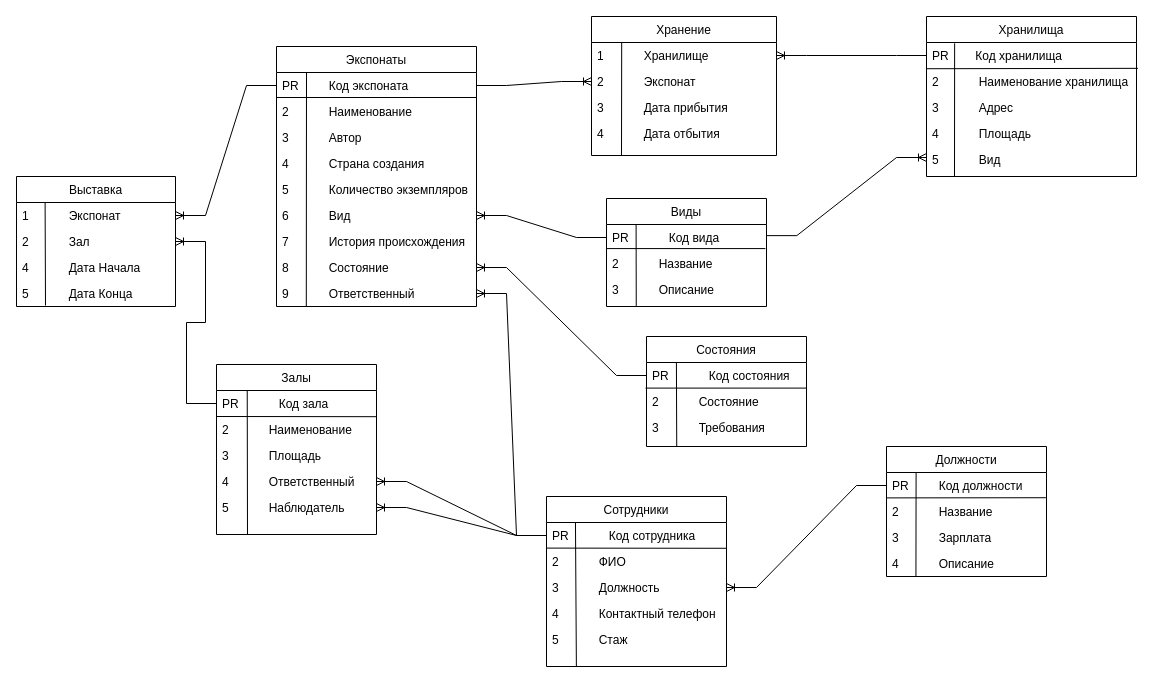
The draw.io diagram Диаграмма без названия.drawio in ghgghgghgghgghg/tetris, before the edit. Source tidied: cells renumbered, new cells numbered last; positions are measured from the earlier drawing's top-left corner, leaving out a move shared by most shapes. Both pictures are drawn from the tidied source at 100%, with x=0, y=0 at pixel (16, 16).
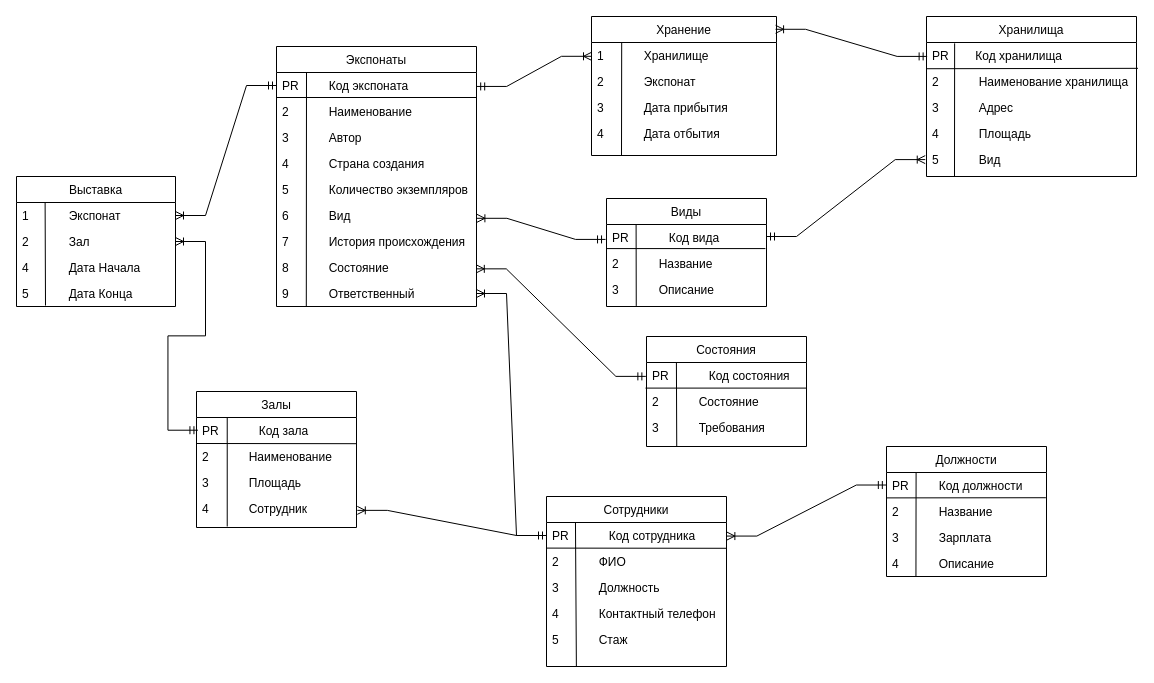
After the change.

Unchanged cells that the change refers to:
```xml
<mxCell id="3" value="PR            Код вида" style="text;align=left;verticalAlign=top;spacingLeft=4;spacingRight=4;overflow=hidden;points=[[0,0.5],[1,0.5]];portConstraint=eastwest;" parent="2" vertex="1">
  <mxGeometry y="26" width="160" height="26" as="geometry" />
</mxCell>
<mxCell id="9" value="PR         Код экспоната" style="text;align=left;verticalAlign=top;spacingLeft=4;spacingRight=4;overflow=hidden;points=[[0,0.5],[1,0.5]];portConstraint=eastwest;" parent="8" vertex="1">
  <mxGeometry y="26" width="200" height="26" as="geometry" />
</mxCell>
<mxCell id="15" value="6            Вид" style="text;align=left;verticalAlign=top;spacingLeft=4;spacingRight=4;overflow=hidden;points=[[0,0.5],[1,0.5]];portConstraint=eastwest;" parent="8" vertex="1">
  <mxGeometry y="156" width="200" height="26" as="geometry" />
</mxCell>
<mxCell id="18" value="8            Состояние" style="text;align=left;verticalAlign=top;spacingLeft=4;spacingRight=4;overflow=hidden;points=[[0,0.5],[1,0.5]];portConstraint=eastwest;" parent="8" vertex="1">
  <mxGeometry y="208" width="200" height="26" as="geometry" />
</mxCell>
<mxCell id="19" value="9            Ответственный" style="text;align=left;verticalAlign=top;spacingLeft=4;spacingRight=4;overflow=hidden;points=[[0,0.5],[1,0.5]];portConstraint=eastwest;" parent="8" vertex="1">
  <mxGeometry y="234" width="200" height="26" as="geometry" />
</mxCell>
<mxCell id="21" value="1            Экспонат" style="text;align=left;verticalAlign=top;spacingLeft=4;spacingRight=4;overflow=hidden;points=[[0,0.5],[1,0.5]];portConstraint=eastwest;" parent="20" vertex="1">
  <mxGeometry y="26" width="159" height="26" as="geometry" />
</mxCell>
<mxCell id="22" value="2            Зал" style="text;align=left;verticalAlign=top;spacingLeft=4;spacingRight=4;overflow=hidden;points=[[0,0.5],[1,0.5]];portConstraint=eastwest;" parent="20" vertex="1">
  <mxGeometry y="52" width="159" height="26" as="geometry" />
</mxCell>
<mxCell id="26" value="Хранение" style="swimlane;fontStyle=0;align=center;verticalAlign=top;horizontal=1;startSize=26;rounded=0;shadow=0;strokeWidth=1;" parent="1" vertex="1">
  <mxGeometry x="575" width="185" height="139" as="geometry" />
</mxCell>
<mxCell id="28" value="1            Хранилище" style="text;align=left;verticalAlign=top;spacingLeft=4;spacingRight=4;overflow=hidden;points=[[0,0.5],[1,0.5]];portConstraint=eastwest;" parent="26" vertex="1">
  <mxGeometry y="26" width="185" height="26" as="geometry" />
</mxCell>
<mxCell id="29" value="2            Экспонат" style="text;align=left;verticalAlign=top;spacingLeft=4;spacingRight=4;overflow=hidden;points=[[0,0.5],[1,0.5]];portConstraint=eastwest;rounded=0;shadow=0;html=0;" parent="26" vertex="1">
  <mxGeometry y="52" width="185" height="26" as="geometry" />
</mxCell>
<mxCell id="33" value="PR            Код зала" style="text;align=left;verticalAlign=top;spacingLeft=4;spacingRight=4;overflow=hidden;points=[[0,0.5],[1,0.5]];portConstraint=eastwest;" parent="32" vertex="1">
  <mxGeometry y="26" width="160" height="26" as="geometry" />
</mxCell>
<mxCell id="41" value="PR        Код хранилища" style="text;align=left;verticalAlign=top;spacingLeft=4;spacingRight=4;overflow=hidden;points=[[0,0.5],[1,0.5]];portConstraint=eastwest;" parent="40" vertex="1">
  <mxGeometry y="26" width="210" height="26" as="geometry" />
</mxCell>
<mxCell id="46" value="5            Вид" style="text;align=left;verticalAlign=top;spacingLeft=4;spacingRight=4;overflow=hidden;points=[[0,0.5],[1,0.5]];portConstraint=eastwest;rounded=0;shadow=0;html=0;" parent="40" vertex="1">
  <mxGeometry y="130" width="210" height="26" as="geometry" />
</mxCell>
<mxCell id="49" value="PR            Код состояния" style="text;align=left;verticalAlign=top;spacingLeft=4;spacingRight=4;overflow=hidden;points=[[0,0.5],[1,0.5]];portConstraint=eastwest;" parent="48" vertex="1">
  <mxGeometry y="26" width="160" height="26" as="geometry" />
</mxCell>
<mxCell id="55" value="PR            Код сотрудника" style="text;align=left;verticalAlign=top;spacingLeft=4;spacingRight=4;overflow=hidden;points=[[0,0.5],[1,0.5]];portConstraint=eastwest;" parent="54" vertex="1">
  <mxGeometry y="26" width="180" height="26" as="geometry" />
</mxCell>
<mxCell id="58" value="3            Должность" style="text;align=left;verticalAlign=top;spacingLeft=4;spacingRight=4;overflow=hidden;points=[[0,0.5],[1,0.5]];portConstraint=eastwest;" parent="54" vertex="1">
  <mxGeometry y="78" width="180" height="26" as="geometry" />
</mxCell>
<mxCell id="63" value="PR         Код должности" style="text;align=left;verticalAlign=top;spacingLeft=4;spacingRight=4;overflow=hidden;points=[[0,0.5],[1,0.5]];portConstraint=eastwest;" parent="62" vertex="1">
  <mxGeometry y="26" width="160" height="26" as="geometry" />
</mxCell>
```

Diff of the diagram source:
```diff
@@
     <mxCell id="32" value="Залы" style="swimlane;fontStyle=0;align=center;verticalAlign=top;horizontal=1;startSize=26;rounded=0;shadow=0;strokeWidth=1;" parent="1" vertex="1">
-      <mxGeometry x="200" y="348" width="160" height="170" as="geometry" />
+      <mxGeometry x="180" y="375" width="160" height="136" as="geometry" />
     </mxCell>
@@
-    <mxCell id="36" style="endArrow=none;html=1;rounded=0;exitX=0.185;exitY=1.001;exitDx=0;exitDy=0;exitPerimeter=0;entryX=0.192;entryY=0.011;entryDx=0;entryDy=0;entryPerimeter=0;" parent="32" edge="1" target="33">
-      <mxGeometry relative="1" as="geometry">
-        <mxPoint x="31" y="170" as="sourcePoint" />
-      </mxGeometry>
+    <mxCell id="36" style="endArrow=none;html=1;rounded=0;exitX=0.192;exitY=1.192;exitDx=0;exitDy=0;exitPerimeter=0;entryX=0.192;entryY=0.011;entryDx=0;entryDy=0;entryPerimeter=0;" parent="32" edge="1" source="80" target="33">
+      <mxGeometry relative="1" as="geometry" />
     </mxCell>
@@
-    <mxCell id="38" value="4            Ответственный" style="text;align=left;verticalAlign=top;spacingLeft=4;spacingRight=4;overflow=hidden;points=[[0,0.5],[1,0.5]];portConstraint=eastwest;" parent="32" vertex="1">
-      <mxGeometry y="104" width="160" height="26" as="geometry" />
-    </mxCell>
-    <mxCell id="39" value="5            Наблюдатель" style="text;align=left;verticalAlign=top;spacingLeft=4;spacingRight=4;overflow=hidden;points=[[0,0.5],[1,0.5]];portConstraint=eastwest;" parent="32" vertex="1">
-      <mxGeometry y="130" width="160" height="26" as="geometry" />
-    </mxCell>
+    <mxCell id="80" value="4            Сотрудник" style="text;align=left;verticalAlign=top;spacingLeft=4;spacingRight=4;overflow=hidden;points=[[0,0.5],[1,0.5]];portConstraint=eastwest;" parent="32" vertex="1">
+      <mxGeometry y="104" width="160" height="26" as="geometry" />
+    </mxCell>
@@
-    <mxCell id="69" style="edgeStyle=entityRelationEdgeStyle;fontSize=12;html=1;endArrow=ERoneToMany;rounded=0;entryX=0;entryY=0.5;entryDx=0;entryDy=0;exitX=1;exitY=0.5;exitDx=0;exitDy=0;" parent="1" edge="1" source="9" target="29">
-      <mxGeometry relative="1" as="geometry" />
-    </mxCell>
+    <mxCell id="73" style="edgeStyle=entityRelationEdgeStyle;fontSize=12;html=1;endArrow=ERoneToMany;rounded=0;entryX=1;entryY=0.5;entryDx=0;entryDy=0;exitX=0;exitY=0.5;exitDx=0;exitDy=0;" parent="1" edge="1" source="55" target="19">
+      <mxGeometry relative="1" as="geometry">
+        <Array as="points">
+          <mxPoint x="510" y="410" />
+          <mxPoint x="510" y="400" />
+          <mxPoint x="490" y="340" />
+          <mxPoint x="410" y="406" />
+          <mxPoint x="440" y="440" />
+        </Array>
+      </mxGeometry>
+    </mxCell>
+    <mxCell id="81" style="edgeStyle=entityRelationEdgeStyle;fontSize=12;html=1;endArrow=ERoneToMany;startArrow=ERmandOne;rounded=0;entryX=1.005;entryY=0.572;entryDx=0;entryDy=0;entryPerimeter=0;" parent="1" edge="1" source="55" target="80">
+      <mxGeometry relative="1" as="geometry" />
+    </mxCell>
+    <mxCell id="71" style="edgeStyle=entityRelationEdgeStyle;fontSize=12;html=1;endArrow=ERoneToMany;startArrow=ERmandOne;rounded=0;exitX=0.009;exitY=0.489;exitDx=0;exitDy=0;exitPerimeter=0;" parent="1" edge="1" source="33" target="22">
+      <mxGeometry relative="1" as="geometry" />
+    </mxCell>
+    <mxCell id="82" style="edgeStyle=entityRelationEdgeStyle;fontSize=12;html=1;endArrow=ERoneToMany;startArrow=ERmandOne;rounded=0;entryX=0.995;entryY=0.092;entryDx=0;entryDy=0;entryPerimeter=0;exitX=0.003;exitY=0.535;exitDx=0;exitDy=0;exitPerimeter=0;" parent="1" edge="1" source="41" target="26">
+      <mxGeometry relative="1" as="geometry" />
+    </mxCell>
+    <mxCell id="83" style="edgeStyle=entityRelationEdgeStyle;fontSize=12;html=1;endArrow=ERoneToMany;startArrow=ERmandOne;rounded=0;entryX=0;entryY=0.531;entryDx=0;entryDy=0;entryPerimeter=0;exitX=1.001;exitY=0.536;exitDx=0;exitDy=0;exitPerimeter=0;" parent="1" edge="1" source="9" target="28">
+      <mxGeometry relative="1" as="geometry" />
+    </mxCell>
+    <mxCell id="84" style="edgeStyle=entityRelationEdgeStyle;fontSize=12;html=1;endArrow=ERoneToMany;startArrow=ERmandOne;rounded=0;entryX=-0.006;entryY=0.504;entryDx=0;entryDy=0;entryPerimeter=0;" parent="1" edge="1" target="46">
+      <mxGeometry relative="1" as="geometry">
+        <mxPoint x="750" y="220" as="sourcePoint" />
+      </mxGeometry>
+    </mxCell>
+    <mxCell id="75" style="edgeStyle=entityRelationEdgeStyle;fontSize=12;html=1;endArrow=ERoneToMany;startArrow=ERmandOne;rounded=0;entryX=1.002;entryY=0.608;entryDx=0;entryDy=0;entryPerimeter=0;exitX=-0.006;exitY=0.574;exitDx=0;exitDy=0;exitPerimeter=0;" parent="1" edge="1" source="3" target="15">
+      <mxGeometry relative="1" as="geometry" />
+    </mxCell>
-    <mxCell id="70" style="edgeStyle=entityRelationEdgeStyle;fontSize=12;html=1;endArrow=ERoneToMany;rounded=0;entryX=1;entryY=0.5;entryDx=0;entryDy=0;exitX=0;exitY=0.5;exitDx=0;exitDy=0;" parent="1" edge="1" source="9" target="21">
-      <mxGeometry relative="1" as="geometry">
-        <Array as="points">
-          <mxPoint x="160" y="90" />
-        </Array>
-      </mxGeometry>
+    <mxCell id="70" style="edgeStyle=entityRelationEdgeStyle;fontSize=12;html=1;endArrow=ERoneToMany;startArrow=ERmandOne;rounded=0;" parent="1" edge="1" source="9" target="21">
+      <mxGeometry relative="1" as="geometry" />
     </mxCell>
-    <mxCell id="71" style="edgeStyle=entityRelationEdgeStyle;fontSize=12;html=1;endArrow=ERoneToMany;rounded=0;entryX=1;entryY=0.5;entryDx=0;entryDy=0;exitX=0;exitY=0.5;exitDx=0;exitDy=0;" parent="1" edge="1" source="33" target="22">
-      <mxGeometry relative="1" as="geometry">
-        <Array as="points">
-          <mxPoint x="50" y="361" />
-        </Array>
-      </mxGeometry>
-    </mxCell>
-    <mxCell id="72" style="edgeStyle=entityRelationEdgeStyle;fontSize=12;html=1;endArrow=ERoneToMany;rounded=0;entryX=1;entryY=0.5;entryDx=0;entryDy=0;exitX=0;exitY=0.5;exitDx=0;exitDy=0;" parent="1" edge="1" source="49" target="18">
-      <mxGeometry relative="1" as="geometry">
-        <Array as="points">
-          <mxPoint x="400" y="396" />
-          <mxPoint x="430" y="430" />
-        </Array>
-      </mxGeometry>
+    <mxCell id="72" style="edgeStyle=entityRelationEdgeStyle;fontSize=12;html=1;endArrow=ERoneToMany;startArrow=ERmandOne;rounded=0;exitX=-0.004;exitY=0.534;exitDx=0;exitDy=0;exitPerimeter=0;entryX=0.999;entryY=0.552;entryDx=0;entryDy=0;entryPerimeter=0;" parent="1" edge="1" source="49" target="18">
+      <mxGeometry relative="1" as="geometry" />
     </mxCell>
-    <mxCell id="73" style="edgeStyle=entityRelationEdgeStyle;fontSize=12;html=1;endArrow=ERoneToMany;rounded=0;entryX=1;entryY=0.5;entryDx=0;entryDy=0;exitX=0;exitY=0.5;exitDx=0;exitDy=0;" parent="1" edge="1" source="55" target="19">
-      <mxGeometry relative="1" as="geometry">
-        <Array as="points">
-          <mxPoint x="510" y="410" />
-          <mxPoint x="510" y="400" />
-          <mxPoint x="490" y="340" />
-          <mxPoint x="410" y="406" />
-          <mxPoint x="440" y="440" />
-        </Array>
-      </mxGeometry>
-    </mxCell>
-    <mxCell id="74" style="edgeStyle=entityRelationEdgeStyle;fontSize=12;html=1;endArrow=ERoneToMany;rounded=0;entryX=1;entryY=0.5;entryDx=0;entryDy=0;exitX=0;exitY=0.5;exitDx=0;exitDy=0;" parent="1" edge="1" source="63" target="58">
-      <mxGeometry relative="1" as="geometry">
-        <Array as="points">
-          <mxPoint x="805" y="556" />
-          <mxPoint x="835" y="590" />
-        </Array>
-      </mxGeometry>
-    </mxCell>
-    <mxCell id="75" style="edgeStyle=entityRelationEdgeStyle;fontSize=12;html=1;endArrow=ERoneToMany;rounded=0;entryX=1;entryY=0.5;entryDx=0;entryDy=0;exitX=0;exitY=0.5;exitDx=0;exitDy=0;" parent="1" edge="1" source="3" target="15">
-      <mxGeometry relative="1" as="geometry">
-        <Array as="points">
-          <mxPoint x="490" y="589" />
-          <mxPoint x="520" y="623" />
-        </Array>
-      </mxGeometry>
-    </mxCell>
-    <mxCell id="76" style="edgeStyle=entityRelationEdgeStyle;fontSize=12;html=1;endArrow=ERoneToMany;rounded=0;entryX=1;entryY=0.5;entryDx=0;entryDy=0;exitX=0;exitY=0.5;exitDx=0;exitDy=0;" parent="1" edge="1" source="55" target="38">
-      <mxGeometry relative="1" as="geometry" />
-    </mxCell>
-    <mxCell id="77" style="edgeStyle=entityRelationEdgeStyle;fontSize=12;html=1;endArrow=ERoneToMany;rounded=0;entryX=1;entryY=0.5;entryDx=0;entryDy=0;exitX=0;exitY=0.5;exitDx=0;exitDy=0;" parent="1" edge="1" source="55" target="39">
-      <mxGeometry relative="1" as="geometry" />
-    </mxCell>
-    <mxCell id="78" style="edgeStyle=entityRelationEdgeStyle;fontSize=12;html=1;endArrow=ERoneToMany;rounded=0;entryX=1;entryY=0.5;entryDx=0;entryDy=0;exitX=0;exitY=0.5;exitDx=0;exitDy=0;" parent="1" edge="1" source="41" target="28">
-      <mxGeometry relative="1" as="geometry" />
-    </mxCell>
-    <mxCell id="79" style="edgeStyle=entityRelationEdgeStyle;fontSize=12;html=1;endArrow=ERoneToMany;rounded=0;entryX=0;entryY=0.423;entryDx=0;entryDy=0;exitX=1.002;exitY=0.428;exitDx=0;exitDy=0;exitPerimeter=0;entryPerimeter=0;" parent="1" edge="1" source="3" target="46">
-      <mxGeometry relative="1" as="geometry">
-        <Array as="points">
-          <mxPoint x="897" y="625" />
-          <mxPoint x="927" y="659" />
-        </Array>
-      </mxGeometry>
-    </mxCell>
+    <mxCell id="85" style="edgeStyle=entityRelationEdgeStyle;fontSize=12;html=1;endArrow=ERoneToMany;startArrow=ERmandOne;rounded=0;exitX=-0.001;exitY=0.482;exitDx=0;exitDy=0;exitPerimeter=0;entryX=1.002;entryY=0.522;entryDx=0;entryDy=0;entryPerimeter=0;" parent="1" edge="1" source="63" target="55">
+      <mxGeometry relative="1" as="geometry" />
+    </mxCell>
```
